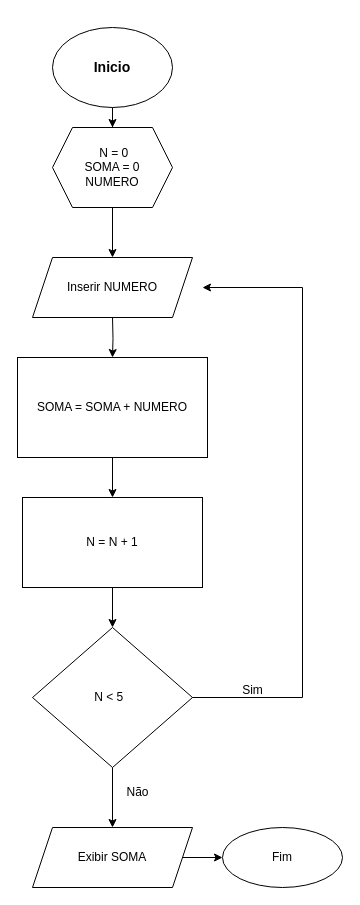
Above: Atividades_LP1/Atividade2Questão2.drawio in Hevee06/Projetos_Diagrama.oi (draw.io), before the change. Source tidied: cells renumbered, new cells numbered last; positions are measured from the earlier drawing's top-left corner, leaving out a move shared by most shapes. Both pictures are drawn from the tidied source at 100%, with x=0, y=0 at pixel (17, 27).
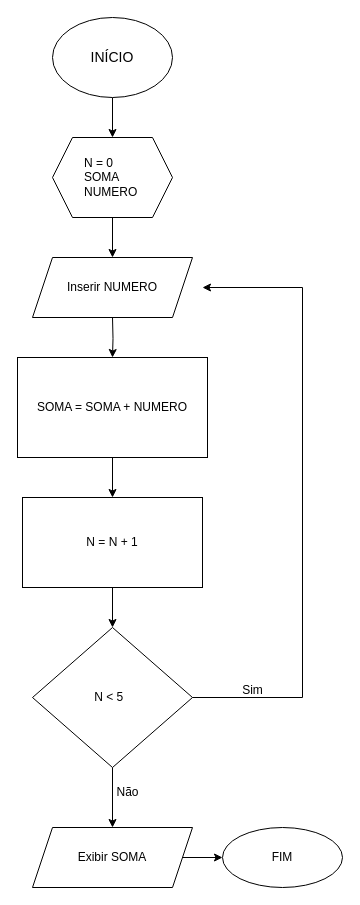
The same page after the edit.

Change to the diagram source:
```diff
@@
-    <mxCell id="3" value="&lt;b&gt;&lt;font style=&quot;font-size: 14px;&quot;&gt;Inicio&lt;/font&gt;&lt;/b&gt;" style="ellipse;whiteSpace=wrap;html=1;" parent="1" vertex="1">
-      <mxGeometry x="35" width="120" height="80" as="geometry" />
+    <mxCell id="3" value="&lt;span style=&quot;font-size: 14px;&quot;&gt;INÍCIO&lt;/span&gt;" style="ellipse;whiteSpace=wrap;html=1;" parent="1" vertex="1">
+      <mxGeometry x="35" y="-10" width="120" height="80" as="geometry" />
     </mxCell>
@@
-    <mxCell id="14" value="Fim" style="ellipse;whiteSpace=wrap;html=1;" parent="1" vertex="1">
+    <mxCell id="14" value="FIM" style="ellipse;whiteSpace=wrap;html=1;" parent="1" vertex="1">
       <mxGeometry x="205" y="800" width="120" height="60" as="geometry" />
     </mxCell>
     <mxCell id="15" value="Não" style="text;html=1;align=center;verticalAlign=middle;strokeColor=none;fillColor=none;" parent="1" vertex="1">
-      <mxGeometry x="95" y="750" width="50" height="30" as="geometry" />
+      <mxGeometry x="85" y="750" width="50" height="30" as="geometry" />
     </mxCell>
@@
-    <mxCell id="17" value="&amp;nbsp;N = 0&lt;div&gt;&lt;span style=&quot;background-color: initial;&quot;&gt;SOMA = 0&lt;/span&gt;&lt;/div&gt;&lt;div&gt;&lt;span style=&quot;background-color: initial;&quot;&gt;NUMERO&lt;/span&gt;&lt;/div&gt;" style="shape=hexagon;perimeter=hexagonPerimeter2;whiteSpace=wrap;html=1;fixedSize=1;" parent="1" vertex="1">
-      <mxGeometry x="35" y="100" width="120" height="80" as="geometry" />
+    <mxCell id="17" value="&amp;nbsp; &amp;nbsp; &amp;nbsp; &amp;nbsp; &amp;nbsp;N = 0&lt;div&gt;&lt;span style=&quot;background-color: initial;&quot;&gt;&amp;nbsp; &amp;nbsp; &amp;nbsp; &amp;nbsp; &amp;nbsp;SOMA&lt;/span&gt;&lt;/div&gt;&lt;div&gt;&lt;span style=&quot;background-color: initial;&quot;&gt;&amp;nbsp; &amp;nbsp; &amp;nbsp; &amp;nbsp; &amp;nbsp;NUMERO&lt;/span&gt;&lt;/div&gt;" style="shape=hexagon;perimeter=hexagonPerimeter2;whiteSpace=wrap;html=1;fixedSize=1;align=left;" parent="1" vertex="1">
+      <mxGeometry x="35" y="110" width="120" height="80" as="geometry" />
     </mxCell>
```
